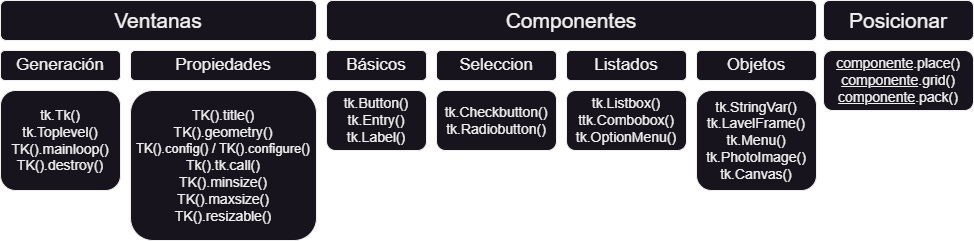
Above: SEPE_Python_Avanzado_PUE/Tema 3 - PCPP1/Apuntes_diagramas/diagramas/tkinter/Básico.png in NaveganteGithub/EstudiosPython (draw.io), before the change. Source tidied: cells renumbered, new cells last; positions are measured from the earlier drawing's top-left corner, leaving out a move shared by most shapes. The source it was exported from:
```xml
<mxGraphModel>
  <root>
    <mxCell id="0" />
    <mxCell id="1" parent="0" />
    <mxCell id="2" value="TK().title()&lt;br style=&quot;font-size: 14px;&quot;&gt;TK().geometry()&lt;br&gt;&lt;font style=&quot;font-size: 13px;&quot;&gt;TK().config() / TK().configure()&lt;/font&gt;&lt;br style=&quot;font-size: 14px;&quot;&gt;Tk().tk.call()&lt;br&gt;TK().minsize()&lt;br style=&quot;font-size: 14px;&quot;&gt;TK().maxsize()&lt;br style=&quot;font-size: 14px;&quot;&gt;TK().resizable()" style="rounded=1;whiteSpace=wrap;html=1;fontSize=14;" parent="1" vertex="1">
      <mxGeometry x="130" y="90" width="186" height="150" as="geometry" />
    </mxCell>
    <mxCell id="3" value="tk.Checkbutton()&lt;br style=&quot;font-size: 14px;&quot;&gt;tk.Radiobutton()" style="rounded=1;whiteSpace=wrap;html=1;fontSize=14;" parent="1" vertex="1">
      <mxGeometry x="436" y="90" width="120" height="60" as="geometry" />
    </mxCell>
    <mxCell id="4" value="tk.Tk()&lt;br&gt;tk.Toplevel()&lt;br style=&quot;font-size: 14px;&quot;&gt;TK().mainloop()&lt;br&gt;TK().destroy()" style="rounded=1;whiteSpace=wrap;html=1;fontSize=14;" parent="1" vertex="1">
      <mxGeometry y="90" width="120" height="100" as="geometry" />
    </mxCell>
    <mxCell id="5" value="tk.Button()&lt;br style=&quot;font-size: 14px;&quot;&gt;tk.Entry()&lt;br style=&quot;font-size: 14px;&quot;&gt;tk.Label()" style="rounded=1;whiteSpace=wrap;html=1;fontSize=14;" parent="1" vertex="1">
      <mxGeometry x="326" y="90" width="100" height="60" as="geometry" />
    </mxCell>
    <mxCell id="6" value="tk.Listbox()&lt;br style=&quot;font-size: 14px;&quot;&gt;ttk.Combobox()&lt;br style=&quot;font-size: 14px;&quot;&gt;tk.OptionMenu()" style="rounded=1;whiteSpace=wrap;html=1;fontSize=14;" parent="1" vertex="1">
      <mxGeometry x="566" y="90" width="120" height="60" as="geometry" />
    </mxCell>
    <mxCell id="7" value="Componentes" style="rounded=1;whiteSpace=wrap;html=1;fontSize=21;" parent="1" vertex="1">
      <mxGeometry x="326" width="490" height="40" as="geometry" />
    </mxCell>
    <mxCell id="8" value="Seleccion" style="rounded=1;whiteSpace=wrap;html=1;fontSize=17;" parent="1" vertex="1">
      <mxGeometry x="436" y="50" width="120" height="30" as="geometry" />
    </mxCell>
    <mxCell id="9" value="Listados" style="rounded=1;whiteSpace=wrap;html=1;fontSize=17;" parent="1" vertex="1">
      <mxGeometry x="566" y="50" width="120" height="30" as="geometry" />
    </mxCell>
    <mxCell id="10" value="Básicos" style="rounded=1;whiteSpace=wrap;html=1;fontSize=17;" parent="1" vertex="1">
      <mxGeometry x="326" y="50" width="100" height="30" as="geometry" />
    </mxCell>
    <mxCell id="11" value="Generación" style="rounded=1;whiteSpace=wrap;html=1;fontSize=17;" parent="1" vertex="1">
      <mxGeometry y="50" width="120" height="30" as="geometry" />
    </mxCell>
    <mxCell id="12" value="Propiedades" style="rounded=1;whiteSpace=wrap;html=1;fontSize=17;" parent="1" vertex="1">
      <mxGeometry x="130" y="50" width="186" height="30" as="geometry" />
    </mxCell>
    <mxCell id="13" value="Ventanas" style="rounded=1;whiteSpace=wrap;html=1;fontSize=21;" parent="1" vertex="1">
      <mxGeometry width="316" height="40" as="geometry" />
    </mxCell>
    <mxCell id="14" value="&lt;u&gt;componente&lt;/u&gt;.place()&lt;br style=&quot;font-size: 14px;&quot;&gt;&lt;u&gt;componente&lt;/u&gt;.grid()&lt;br style=&quot;font-size: 14px;&quot;&gt;&lt;u&gt;componente&lt;/u&gt;.pack()" style="rounded=1;whiteSpace=wrap;html=1;fontSize=14;" parent="1" vertex="1">
      <mxGeometry x="823" y="50" width="150" height="60" as="geometry" />
    </mxCell>
    <mxCell id="15" value="Posicionar" style="rounded=1;whiteSpace=wrap;html=1;fontSize=21;" parent="1" vertex="1">
      <mxGeometry x="823" width="150" height="40" as="geometry" />
    </mxCell>
    <mxCell id="16" value="tk.StringVar()&lt;br&gt;tk.LavelFrame()&lt;br&gt;tk.Menu()&lt;br&gt;tk.PhotoImage()&lt;br&gt;tk.Canvas()" style="rounded=1;whiteSpace=wrap;html=1;fontSize=14;" parent="1" vertex="1">
      <mxGeometry x="696" y="90" width="120" height="100" as="geometry" />
    </mxCell>
    <mxCell id="17" value="Objetos" style="rounded=1;whiteSpace=wrap;html=1;fontSize=17;" parent="1" vertex="1">
      <mxGeometry x="696" y="50" width="120" height="30" as="geometry" />
    </mxCell>
  </root>
</mxGraphModel>
```
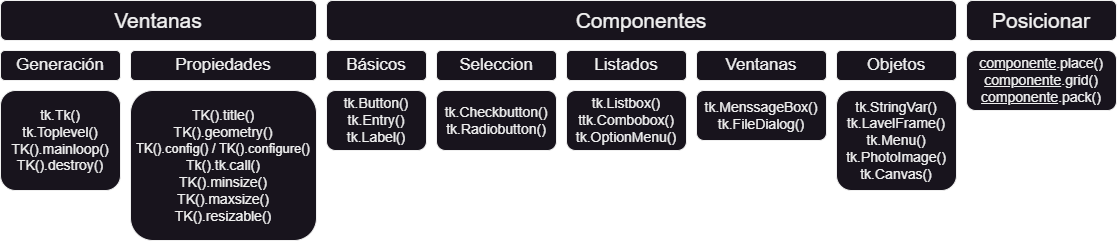
Above is the later version.

Change to the diagram source:
```diff
@@ -18,7 +18,7 @@
       <mxGeometry x="566" y="90" width="120" height="60" as="geometry" />
     </mxCell>
     <mxCell id="7" value="Componentes" style="rounded=1;whiteSpace=wrap;html=1;fontSize=21;" parent="1" vertex="1">
-      <mxGeometry x="326" width="490" height="40" as="geometry" />
+      <mxGeometry x="326" width="630" height="40" as="geometry" />
     </mxCell>
     <mxCell id="8" value="Seleccion" style="rounded=1;whiteSpace=wrap;html=1;fontSize=17;" parent="1" vertex="1">
       <mxGeometry x="436" y="50" width="120" height="30" as="geometry" />
@@ -39,16 +39,22 @@
       <mxGeometry width="316" height="40" as="geometry" />
     </mxCell>
     <mxCell id="14" value="&lt;u&gt;componente&lt;/u&gt;.place()&lt;br style=&quot;font-size: 14px;&quot;&gt;&lt;u&gt;componente&lt;/u&gt;.grid()&lt;br style=&quot;font-size: 14px;&quot;&gt;&lt;u&gt;componente&lt;/u&gt;.pack()" style="rounded=1;whiteSpace=wrap;html=1;fontSize=14;" parent="1" vertex="1">
-      <mxGeometry x="823" y="50" width="150" height="60" as="geometry" />
+      <mxGeometry x="966" y="50" width="150" height="60" as="geometry" />
     </mxCell>
     <mxCell id="15" value="Posicionar" style="rounded=1;whiteSpace=wrap;html=1;fontSize=21;" parent="1" vertex="1">
-      <mxGeometry x="823" width="150" height="40" as="geometry" />
+      <mxGeometry x="966" width="150" height="40" as="geometry" />
     </mxCell>
     <mxCell id="16" value="tk.StringVar()&lt;br&gt;tk.LavelFrame()&lt;br&gt;tk.Menu()&lt;br&gt;tk.PhotoImage()&lt;br&gt;tk.Canvas()" style="rounded=1;whiteSpace=wrap;html=1;fontSize=14;" parent="1" vertex="1">
-      <mxGeometry x="696" y="90" width="120" height="100" as="geometry" />
+      <mxGeometry x="836" y="90" width="120" height="100" as="geometry" />
     </mxCell>
     <mxCell id="17" value="Objetos" style="rounded=1;whiteSpace=wrap;html=1;fontSize=17;" parent="1" vertex="1">
-      <mxGeometry x="696" y="50" width="120" height="30" as="geometry" />
+      <mxGeometry x="836" y="50" width="120" height="30" as="geometry" />
     </mxCell>
+    <mxCell id="18" value="tk.MenssageBox()&lt;br&gt;tk.FileDialog()" style="rounded=1;whiteSpace=wrap;html=1;fontSize=14;" parent="1" vertex="1">
+      <mxGeometry x="696" y="90" width="130" height="50" as="geometry" />
+    </mxCell>
+    <mxCell id="19" value="Ventanas" style="rounded=1;whiteSpace=wrap;html=1;fontSize=17;" parent="1" vertex="1">
+      <mxGeometry x="696" y="50" width="130" height="30" as="geometry" />
+    </mxCell>
   </root>
 </mxGraphModel>
```
